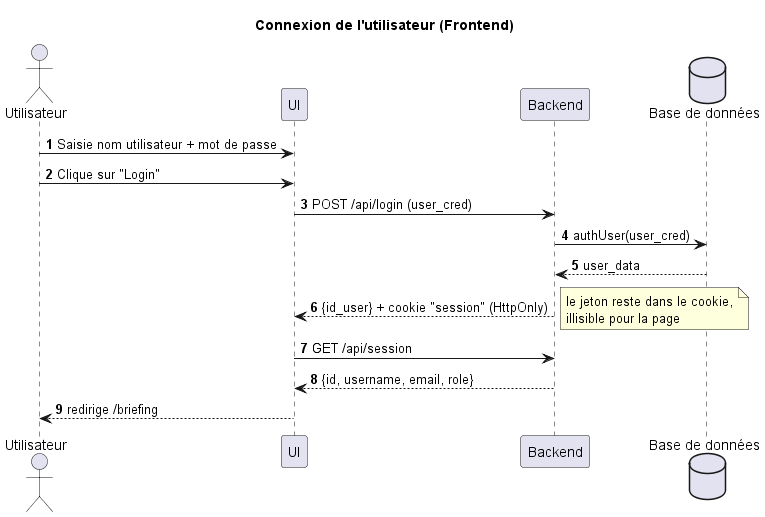
Above: docs/UML/login-sequence-diagram-Connection_de_l_utilisateur__Frontend_.png in TPI2026-NewsGenerator/NewsGenerator-Frontend (PlantUML), before the change.
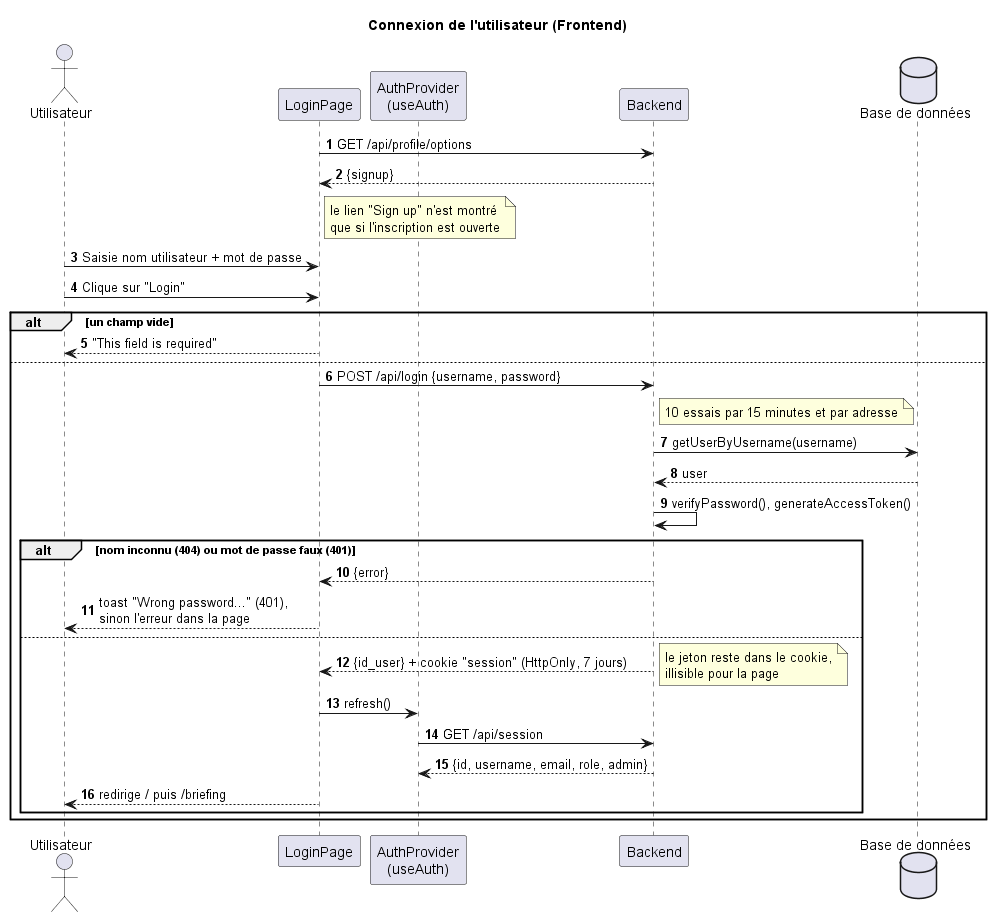
After the commit.

The edit, as a diff of the source:
```diff
@@ -3,21 +3,36 @@
 autonumber
 
 actor "Utilisateur" as User
-participant "UI" as UI
+participant "LoginPage" as UI
+participant "AuthProvider\n(useAuth)" as Auth
 participant "Backend" as BE
 database "Base de données" as DB
 
+UI -> BE : GET /api/profile/options
+BE --> UI : {signup}
+note right of UI : le lien "Sign up" n'est montré\nque si l'inscription est ouverte
+
 User -> UI : Saisie nom utilisateur + mot de passe
 User -> UI : Clique sur "Login"
-
-UI -> BE : POST /api/login (user_cred)
-BE -> DB : authUser(user_cred)
-DB --> BE : user_data
-BE --> UI : {id_user} + cookie "session" (HttpOnly)
-note right : le jeton reste dans le cookie,\nillisible pour la page
-
-UI -> BE : GET /api/session
-BE --> UI : {id, username, email, role}
-UI --> User : redirige /briefing
+alt un champ vide
+    UI --> User : "This field is required"
+else
+    UI -> BE : POST /api/login {username, password}
+    note right of BE : 10 essais par 15 minutes et par adresse
+    BE -> DB : getUserByUsername(username)
+    DB --> BE : user
+    BE -> BE : verifyPassword(), generateAccessToken()
+    alt nom inconnu (404) ou mot de passe faux (401)
+        BE --> UI : {error}
+        UI --> User : toast "Wrong password..." (401),\nsinon l'erreur dans la page
+    else
+        BE --> UI : {id_user} + cookie "session" (HttpOnly, 7 jours)
+        note right : le jeton reste dans le cookie,\nillisible pour la page
+        UI -> Auth : refresh()
+        Auth -> BE : GET /api/session
+        BE --> Auth : {id, username, email, role, admin}
+        UI --> User : redirige / puis /briefing
+    end
+end
 
 @enduml
```
